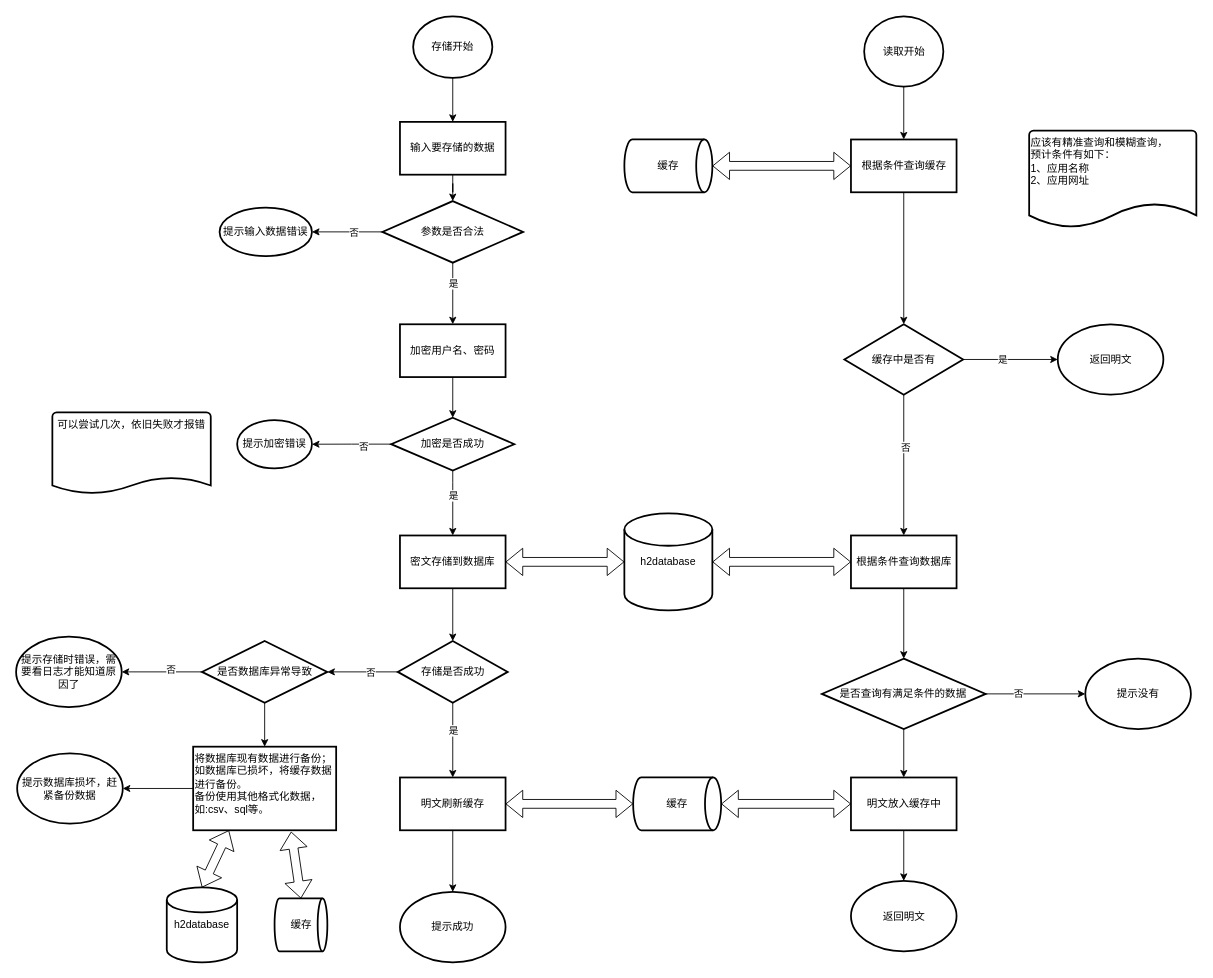
Earlier version of the draw.io diagram page "流程图" (2 of 2) of doc/设计图.drawio (Drintau/AccountManager). Source tidied: cells renumbered, new cells numbered last; positions are measured from the earlier drawing's top-left corner, leaving out a move shared by most shapes. Both pictures are drawn from the tidied source at 88%, with x=0, y=0 at pixel (16, 16).
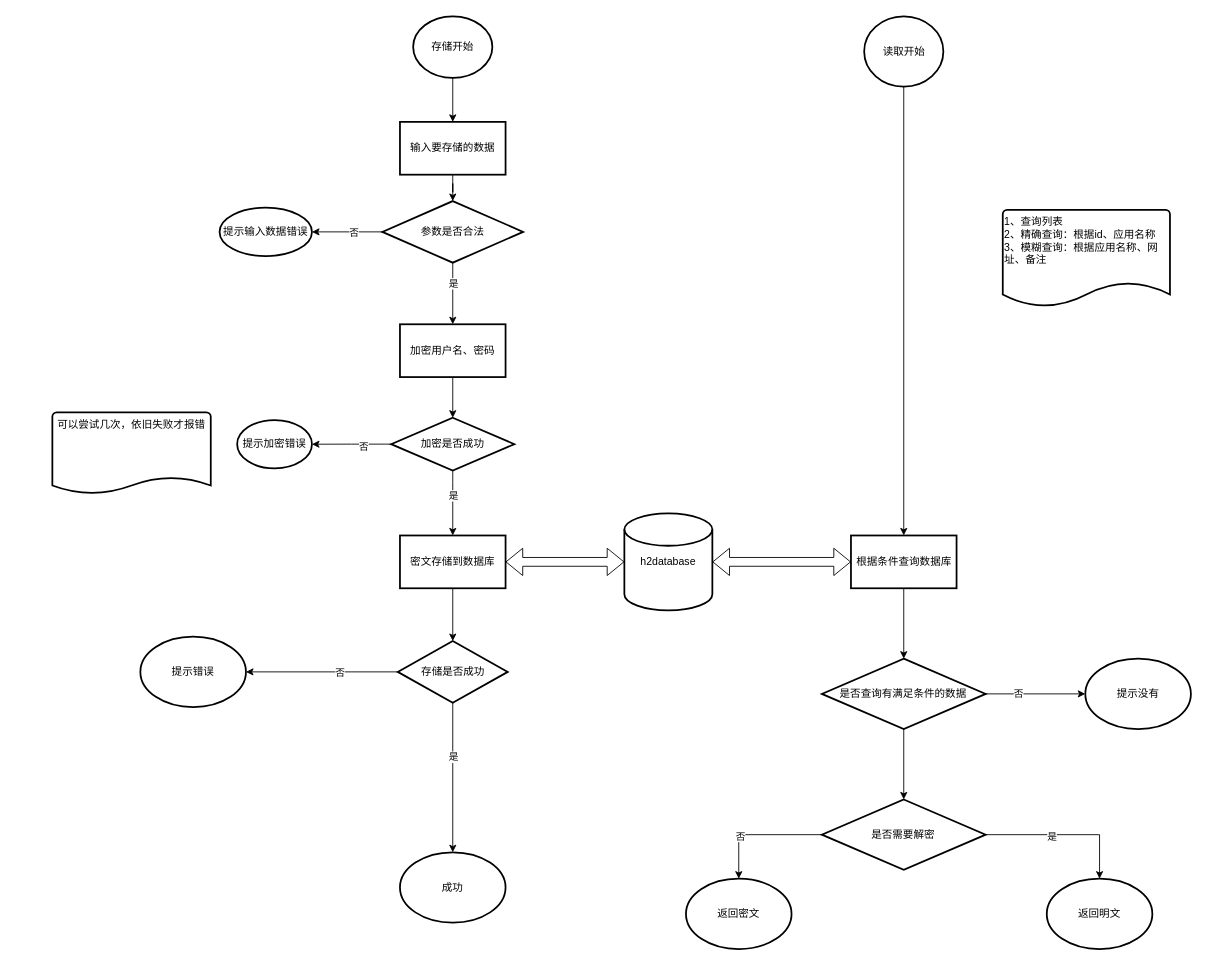
Above is the later version.

Unchanged cells that the change refers to:
```xml
<mxCell id="27" value="存储是否成功" style="strokeWidth=2;html=1;shape=mxgraph.flowchart.decision;whiteSpace=wrap;align=center;" parent="1" vertex="1">
  <mxGeometry x="433.5" y="710" width="125" height="70" as="geometry" />
</mxCell>
<mxCell id="48" value="读取开始" style="strokeWidth=2;html=1;shape=mxgraph.flowchart.start_2;whiteSpace=wrap;align=center;" parent="1" vertex="1">
  <mxGeometry x="963.5" width="90" height="80" as="geometry" />
</mxCell>
<mxCell id="60" value="根据条件查询数据库" style="whiteSpace=wrap;html=1;strokeWidth=2;" parent="1" vertex="1">
  <mxGeometry x="948.5" y="590" width="120" height="60" as="geometry" />
</mxCell>
<mxCell id="65" value="是否查询有满足条件的数据" style="rhombus;whiteSpace=wrap;html=1;strokeWidth=2;" parent="1" vertex="1">
  <mxGeometry x="915.4" y="730" width="186.2" height="80" as="geometry" />
</mxCell>
```

What changed in the source:
```diff
@@
-    <mxCell id="23" style="edgeStyle=orthogonalEdgeStyle;rounded=0;jettySize=auto;html=1;" parent="1" edge="1" source="27" target="31">
+    <mxCell id="23" style="edgeStyle=orthogonalEdgeStyle;rounded=0;jettySize=auto;html=1;" parent="1" edge="1" source="27" target="34">
       <mxGeometry relative="1" as="geometry" />
     </mxCell>
@@
-    <mxCell id="25" style="edgeStyle=orthogonalEdgeStyle;rounded=0;jettySize=auto;html=1;" parent="1" edge="1" source="27" target="41">
-      <mxGeometry relative="1" as="geometry">
-        <Array as="points">
-          <mxPoint x="401" y="745" />
-          <mxPoint x="401" y="745" />
-        </Array>
-      </mxGeometry>
+    <mxCell id="25" style="edgeStyle=orthogonalEdgeStyle;rounded=0;jettySize=auto;html=1;entryX=1;entryY=0.5;entryDx=0;entryDy=0;" parent="1" edge="1" source="27" target="42">
+      <mxGeometry relative="1" as="geometry" />
     </mxCell>
@@
-    <mxCell id="30" style="edgeStyle=orthogonalEdgeStyle;rounded=0;jettySize=auto;html=1;" parent="1" edge="1" source="31" target="34">
-      <mxGeometry relative="1" as="geometry" />
-    </mxCell>
-    <mxCell id="31" value="明文刷新缓存" style="whiteSpace=wrap;html=1;strokeWidth=2;" parent="1" vertex="1">
-      <mxGeometry x="436" y="865" width="120" height="60" as="geometry" />
-    </mxCell>
-    <mxCell id="32" value="缓存" style="strokeWidth=2;html=1;shape=mxgraph.flowchart.direct_data;whiteSpace=wrap;align=center;" parent="1" vertex="1">
-      <mxGeometry x="701" y="865" width="100" height="60" as="geometry" />
-    </mxCell>
-    <mxCell id="33" style="shape=flexArrow;endArrow=classic;startArrow=classic;html=1;exitX=1;exitY=0.5;exitDx=0;exitDy=0;entryX=0;entryY=0.5;entryDx=0;entryDy=0;entryPerimeter=0;" parent="1" edge="1" source="31" target="32">
-      <mxGeometry relative="1" as="geometry" />
-    </mxCell>
-    <mxCell id="34" value="提示成功" style="ellipse;whiteSpace=wrap;html=1;strokeWidth=2;" parent="1" vertex="1">
-      <mxGeometry x="436" y="995" width="120" height="80" as="geometry" />
+    <mxCell id="34" value="成功" style="ellipse;whiteSpace=wrap;html=1;strokeWidth=2;" parent="1" vertex="1">
+      <mxGeometry x="436" y="950" width="120" height="80" as="geometry" />
     </mxCell>
-    <mxCell id="35" style="edgeStyle=orthogonalEdgeStyle;rounded=0;jettySize=auto;html=1;" parent="1" edge="1" source="36" target="37">
-      <mxGeometry relative="1" as="geometry" />
-    </mxCell>
-    <mxCell id="36" value="将数据库现有数据进行备份；&lt;br&gt;如数据库已损坏，将缓存数据进行备份。&lt;br&gt;备份使用其他格式化数据，如:csv、sql等。" style="whiteSpace=wrap;html=1;strokeWidth=2;align=left;verticalAlign=top;" parent="1" vertex="1">
-      <mxGeometry x="201" y="830" width="162.5" height="95" as="geometry" />
-    </mxCell>
-    <mxCell id="37" value="提示数据库损坏，赶紧备份数据" style="ellipse;whiteSpace=wrap;html=1;align=center;verticalAlign=middle;strokeWidth=2;" parent="1" vertex="1">
-      <mxGeometry x="1" y="837.5" width="120" height="80" as="geometry" />
-    </mxCell>
-    <mxCell id="38" style="edgeStyle=orthogonalEdgeStyle;rounded=0;jettySize=auto;html=1;" parent="1" edge="1" source="41" target="42">
-      <mxGeometry relative="1" as="geometry" />
-    </mxCell>
-    <mxCell id="39" value="否" style="edgeLabel;html=1;align=center;verticalAlign=middle;" parent="38" vertex="1">
-      <mxGeometry x="-0.21" y="-3" relative="1" as="geometry" />
-    </mxCell>
-    <mxCell id="40" style="edgeStyle=orthogonalEdgeStyle;rounded=0;jettySize=auto;html=1;" parent="1" edge="1" source="41" target="36">
-      <mxGeometry relative="1" as="geometry" />
-    </mxCell>
-    <mxCell id="41" value="是否数据库异常导致" style="strokeWidth=2;html=1;shape=mxgraph.flowchart.decision;whiteSpace=wrap;align=center;" parent="1" vertex="1">
-      <mxGeometry x="211" y="710" width="142.5" height="70" as="geometry" />
-    </mxCell>
-    <mxCell id="42" value="提示存储时错误，需要看日志才能知道原因了" style="ellipse;whiteSpace=wrap;html=1;strokeWidth=2;" parent="1" vertex="1">
-      <mxGeometry x="-0.2" y="705" width="120" height="80" as="geometry" />
+    <mxCell id="42" value="提示错误" style="ellipse;whiteSpace=wrap;html=1;strokeWidth=2;" parent="1" vertex="1">
+      <mxGeometry x="141" y="705" width="120" height="80" as="geometry" />
     </mxCell>
-    <mxCell id="43" value="h2database" style="strokeWidth=2;html=1;shape=mxgraph.flowchart.database;whiteSpace=wrap;align=center;" parent="1" vertex="1">
-      <mxGeometry x="171" y="990" width="80" height="85" as="geometry" />
-    </mxCell>
-    <mxCell id="44" value="缓存" style="strokeWidth=2;html=1;shape=mxgraph.flowchart.direct_data;whiteSpace=wrap;align=center;" parent="1" vertex="1">
-      <mxGeometry x="293.5" y="1002.5" width="60" height="60" as="geometry" />
-    </mxCell>
-    <mxCell id="45" style="shape=flexArrow;endArrow=classic;startArrow=classic;html=1;exitX=0.5;exitY=0;exitDx=0;exitDy=0;entryX=0.25;entryY=1;entryDx=0;entryDy=0;exitPerimeter=0;" parent="1" edge="1" source="43" target="36">
-      <mxGeometry relative="1" as="geometry" />
-    </mxCell>
-    <mxCell id="46" style="shape=flexArrow;endArrow=classic;startArrow=classic;html=1;exitX=0.5;exitY=0;exitDx=0;exitDy=0;entryX=0.685;entryY=1.016;entryDx=0;entryDy=0;exitPerimeter=0;entryPerimeter=0;" parent="1" edge="1" source="44" target="36">
-      <mxGeometry relative="1" as="geometry" />
-    </mxCell>
-    <mxCell id="47" style="edgeStyle=orthogonalEdgeStyle;rounded=0;jettySize=auto;html=1;" parent="1" edge="1" source="48" target="50">
+    <mxCell id="47" style="edgeStyle=orthogonalEdgeStyle;rounded=0;jettySize=auto;html=1;entryX=0.5;entryY=0;entryDx=0;entryDy=0;" parent="1" edge="1" source="48" target="60">
       <mxGeometry relative="1" as="geometry" />
     </mxCell>
@@
-    <mxCell id="49" style="edgeStyle=orthogonalEdgeStyle;rounded=0;jettySize=auto;html=1;" parent="1" edge="1" source="50" target="57">
-      <mxGeometry relative="1" as="geometry" />
-    </mxCell>
-    <mxCell id="50" value="根据条件查询缓存" style="whiteSpace=wrap;html=1;strokeWidth=2;" parent="1" vertex="1">
-      <mxGeometry x="948.5" y="140" width="120" height="60" as="geometry" />
-    </mxCell>
-    <mxCell id="51" value="缓存" style="strokeWidth=2;html=1;shape=mxgraph.flowchart.direct_data;whiteSpace=wrap;align=center;" parent="1" vertex="1">
-      <mxGeometry x="691" y="140" width="100" height="60" as="geometry" />
-    </mxCell>
-    <mxCell id="52" style="shape=flexArrow;endArrow=classic;startArrow=classic;html=1;exitX=1;exitY=0.5;exitDx=0;exitDy=0;entryX=0;entryY=0.5;entryDx=0;entryDy=0;exitPerimeter=0;" parent="1" edge="1" source="51" target="50">
-      <mxGeometry relative="1" as="geometry" />
-    </mxCell>
-    <mxCell id="53" style="edgeStyle=orthogonalEdgeStyle;rounded=0;jettySize=auto;html=1;" parent="1" edge="1" source="57" target="58">
-      <mxGeometry relative="1" as="geometry" />
-    </mxCell>
-    <mxCell id="54" value="是" style="edgeLabel;html=1;align=center;verticalAlign=middle;" parent="53" vertex="1">
-      <mxGeometry x="-0.18" y="-1" relative="1" as="geometry">
-        <mxPoint y="-1" as="offset" />
-      </mxGeometry>
-    </mxCell>
-    <mxCell id="55" style="edgeStyle=orthogonalEdgeStyle;rounded=0;jettySize=auto;html=1;" parent="1" edge="1" source="57" target="60">
-      <mxGeometry relative="1" as="geometry" />
-    </mxCell>
-    <mxCell id="56" value="否" style="edgeLabel;html=1;align=center;verticalAlign=middle;" parent="55" vertex="1">
-      <mxGeometry x="-0.28" y="2" relative="1" as="geometry">
-        <mxPoint y="1" as="offset" />
-      </mxGeometry>
-    </mxCell>
-    <mxCell id="57" value="缓存中是否有" style="rhombus;whiteSpace=wrap;html=1;strokeWidth=2;" parent="1" vertex="1">
-      <mxGeometry x="941" y="350" width="135" height="80" as="geometry" />
-    </mxCell>
-    <mxCell id="58" value="返回明文" style="ellipse;whiteSpace=wrap;html=1;strokeWidth=2;" parent="1" vertex="1">
-      <mxGeometry x="1183.5" y="350" width="120" height="80" as="geometry" />
-    </mxCell>
@@
-    <mxCell id="64" style="edgeStyle=orthogonalEdgeStyle;rounded=0;jettySize=auto;html=1;" parent="1" edge="1" source="65" target="69">
-      <mxGeometry relative="1" as="geometry" />
-    </mxCell>
+    <mxCell id="72" style="edgeStyle=orthogonalEdgeStyle;rounded=0;jettySize=auto;html=1;" parent="1" edge="1" source="65" target="76">
+      <mxGeometry relative="1" as="geometry" />
+    </mxCell>
@@
-    <mxCell id="66" value="应该有精准查询和模糊查询，&lt;br&gt;预计条件有如下：&lt;br&gt;1、应用名称&lt;br&gt;2、应用网址" style="strokeWidth=2;html=1;shape=mxgraph.flowchart.document2;whiteSpace=wrap;size=0.25;align=left;verticalAlign=top;" parent="1" vertex="1">
-      <mxGeometry x="1151" y="130" width="190" height="110" as="geometry" />
+    <mxCell id="66" value="1、查询列表&lt;br&gt;2、精确查询：根据id、应用名称&lt;br&gt;3、模糊查询：根据应用名称、网址、备注" style="strokeWidth=2;html=1;shape=mxgraph.flowchart.document2;whiteSpace=wrap;size=0.25;align=left;verticalAlign=top;" parent="1" vertex="1">
+      <mxGeometry x="1121" y="220" width="190" height="110" as="geometry" />
     </mxCell>
@@
-    <mxCell id="68" style="edgeStyle=orthogonalEdgeStyle;rounded=0;jettySize=auto;html=1;" parent="1" edge="1" source="69" target="71">
-      <mxGeometry relative="1" as="geometry" />
-    </mxCell>
-    <mxCell id="69" value="明文放入缓存中" style="whiteSpace=wrap;html=1;strokeWidth=2;" parent="1" vertex="1">
-      <mxGeometry x="948.5" y="865" width="120" height="60" as="geometry" />
-    </mxCell>
-    <mxCell id="70" style="shape=flexArrow;endArrow=classic;startArrow=classic;html=1;exitX=1;exitY=0.5;exitDx=0;exitDy=0;entryX=0;entryY=0.5;entryDx=0;entryDy=0;exitPerimeter=0;" parent="1" edge="1" source="32" target="69">
-      <mxGeometry relative="1" as="geometry" />
-    </mxCell>
     <mxCell id="71" value="返回明文" style="ellipse;whiteSpace=wrap;html=1;strokeWidth=2;" parent="1" vertex="1">
-      <mxGeometry x="948.5" y="982.5" width="120" height="80" as="geometry" />
+      <mxGeometry x="1171" y="980" width="120" height="80" as="geometry" />
     </mxCell>
+    <mxCell id="73" style="edgeStyle=orthogonalEdgeStyle;rounded=0;jettySize=auto;html=1;" parent="1" edge="1" source="76" target="77">
+      <mxGeometry relative="1" as="geometry" />
+    </mxCell>
+    <mxCell id="74" value="否" style="edgeLabel;html=1;align=center;verticalAlign=middle;" parent="73" vertex="1">
+      <mxGeometry x="0.29" y="1" relative="1" as="geometry" />
+    </mxCell>
+    <mxCell id="75" style="edgeStyle=orthogonalEdgeStyle;rounded=0;jettySize=auto;html=1;" parent="1" edge="1" source="76" target="71">
+      <mxGeometry relative="1" as="geometry" />
+    </mxCell>
+    <mxCell id="54" value="是" style="edgeLabel;html=1;align=center;verticalAlign=middle;" parent="75" vertex="1">
+      <mxGeometry x="-0.16" y="-2" relative="1" as="geometry" />
+    </mxCell>
+    <mxCell id="76" value="是否需要解密" style="rhombus;whiteSpace=wrap;html=1;strokeWidth=2;" parent="1" vertex="1">
+      <mxGeometry x="915.4" y="890" width="186.2" height="80" as="geometry" />
+    </mxCell>
+    <mxCell id="77" value="返回密文" style="ellipse;whiteSpace=wrap;html=1;strokeWidth=2;" parent="1" vertex="1">
+      <mxGeometry x="761" y="980" width="120" height="80" as="geometry" />
+    </mxCell>
```
